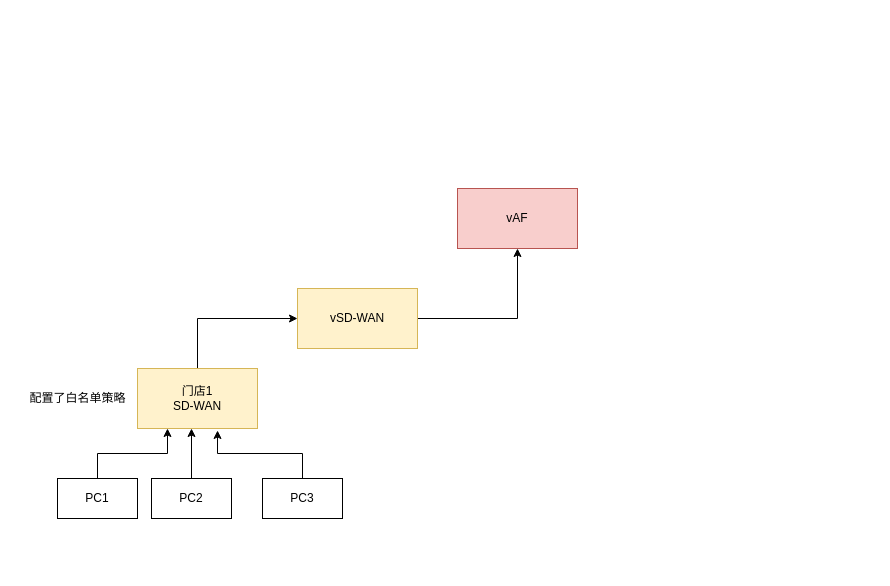
Above: 群睿SDW门店外发攻击图.drawio in wyaow/DrawIOMine (draw.io), before the change. Source tidied: cells renumbered, new cells numbered last; positions are measured from the earlier drawing's top-left corner, leaving out a move shared by most shapes. Both pictures are drawn from the tidied source at 100%, with x=0, y=0 at pixel (17, 188).
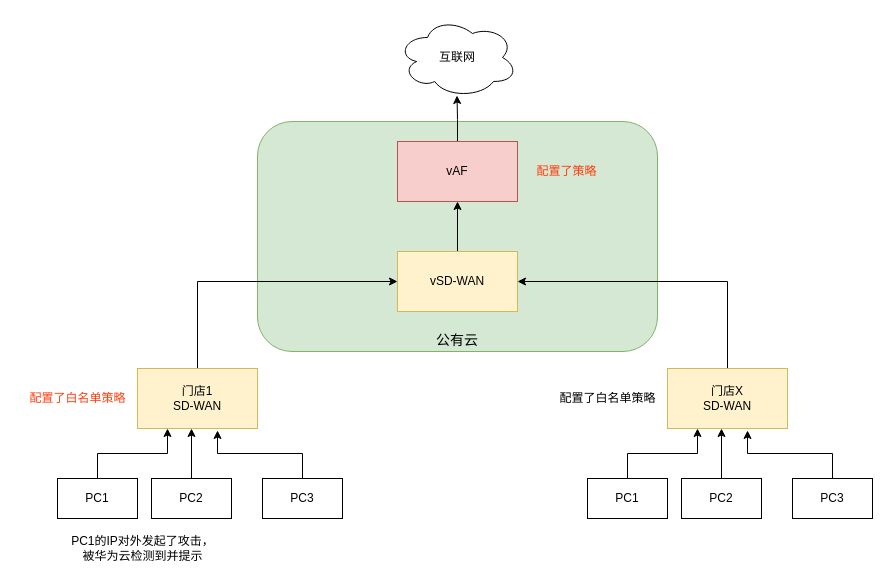
Above is the later version.

Commit message:
更新群睿SDW门店外发攻击图.drawio

The edit, as a diff of the source:
```diff
@@
+    <mxCell id="14" value="&lt;font style=&quot;font-size: 14px;&quot;&gt;公有云&lt;/font&gt;" style="rounded=1;whiteSpace=wrap;html=1;verticalAlign=bottom;fillColor=#d5e8d4;strokeColor=#82b366;" parent="1" vertex="1">
+      <mxGeometry x="240" y="-67" width="400" height="230" as="geometry" />
+    </mxCell>
@@
-    <mxCell id="10" value="配置了白名单策略" style="text;html=1;align=center;verticalAlign=middle;strokeColor=none;fillColor=none;" parent="1" vertex="1">
-      <mxGeometry y="195" width="120" height="30" as="geometry" />
-    </mxCell>
-    <mxCell id="11" style="edgeStyle=orthogonalEdgeStyle;rounded=0;jettySize=auto;html=1;exitX=1;exitY=0.5;exitDx=0;exitDy=0;entryX=0.5;entryY=1;entryDx=0;entryDy=0;" parent="1" edge="1" source="12" target="13">
+    <mxCell id="11" style="edgeStyle=orthogonalEdgeStyle;rounded=0;jettySize=auto;html=1;exitX=0.5;exitY=0;exitDx=0;exitDy=0;" parent="1" edge="1" source="12" target="13">
       <mxGeometry relative="1" as="geometry" />
     </mxCell>
     <mxCell id="12" value="vSD-WAN" style="rounded=0;whiteSpace=wrap;html=1;fillColor=#fff2cc;strokeColor=#d6b656;" parent="1" vertex="1">
-      <mxGeometry x="280" y="100" width="120" height="60" as="geometry" />
+      <mxGeometry x="380" y="63" width="120" height="60" as="geometry" />
     </mxCell>
+    <mxCell id="15" style="edgeStyle=orthogonalEdgeStyle;rounded=0;jettySize=auto;html=1;exitX=0.5;exitY=0;exitDx=0;exitDy=0;entryX=0.496;entryY=0.975;entryDx=0;entryDy=0;entryPerimeter=0;" parent="1" edge="1" source="13" target="24">
+      <mxGeometry relative="1" as="geometry" />
+    </mxCell>
     <mxCell id="13" value="vAF" style="rounded=0;whiteSpace=wrap;html=1;fillColor=#f8cecc;strokeColor=#b85450;" parent="1" vertex="1">
-      <mxGeometry x="440" width="120" height="60" as="geometry" />
+      <mxGeometry x="380" y="-47" width="120" height="60" as="geometry" />
     </mxCell>
+    <mxCell id="16" style="edgeStyle=orthogonalEdgeStyle;rounded=0;jettySize=auto;html=1;exitX=0.5;exitY=0;exitDx=0;exitDy=0;entryX=1;entryY=0.5;entryDx=0;entryDy=0;" parent="1" edge="1" source="17" target="12">
+      <mxGeometry relative="1" as="geometry" />
+    </mxCell>
+    <mxCell id="17" value="门店X&lt;br&gt;SD-WAN" style="rounded=0;whiteSpace=wrap;html=1;fillColor=#fff2cc;strokeColor=#d6b656;" parent="1" vertex="1">
+      <mxGeometry x="650" y="180" width="120" height="60" as="geometry" />
+    </mxCell>
+    <mxCell id="18" style="edgeStyle=orthogonalEdgeStyle;rounded=0;jettySize=auto;html=1;exitX=0.5;exitY=0;exitDx=0;exitDy=0;entryX=0.25;entryY=1;entryDx=0;entryDy=0;" parent="1" edge="1" source="19" target="17">
+      <mxGeometry relative="1" as="geometry" />
+    </mxCell>
+    <mxCell id="19" value="PC1" style="rounded=0;whiteSpace=wrap;html=1;" parent="1" vertex="1">
+      <mxGeometry x="570" y="290" width="80" height="40" as="geometry" />
+    </mxCell>
+    <mxCell id="20" style="edgeStyle=orthogonalEdgeStyle;rounded=0;jettySize=auto;html=1;exitX=0.5;exitY=0;exitDx=0;exitDy=0;entryX=0.45;entryY=1;entryDx=0;entryDy=0;entryPerimeter=0;" parent="1" edge="1" source="21" target="17">
+      <mxGeometry relative="1" as="geometry" />
+    </mxCell>
+    <mxCell id="21" value="PC2" style="rounded=0;whiteSpace=wrap;html=1;" parent="1" vertex="1">
+      <mxGeometry x="664" y="290" width="80" height="40" as="geometry" />
+    </mxCell>
+    <mxCell id="22" style="edgeStyle=orthogonalEdgeStyle;rounded=0;jettySize=auto;html=1;exitX=0.5;exitY=0;exitDx=0;exitDy=0;entryX=0.667;entryY=1.033;entryDx=0;entryDy=0;entryPerimeter=0;" parent="1" edge="1" source="23" target="17">
+      <mxGeometry relative="1" as="geometry" />
+    </mxCell>
+    <mxCell id="23" value="PC3" style="rounded=0;whiteSpace=wrap;html=1;" parent="1" vertex="1">
+      <mxGeometry x="775" y="290" width="80" height="40" as="geometry" />
+    </mxCell>
+    <mxCell id="10" value="配置了白名单策略" style="text;html=1;align=center;verticalAlign=middle;strokeColor=none;fillColor=none;" parent="1" vertex="1">
+      <mxGeometry x="530" y="195" width="120" height="30" as="geometry" />
+    </mxCell>
+    <mxCell id="24" value="互联网" style="ellipse;shape=cloud;whiteSpace=wrap;html=1;" parent="1" vertex="1">
+      <mxGeometry x="380" y="-171" width="120" height="80" as="geometry" />
+    </mxCell>
+    <mxCell id="25" value="配置了策略" style="text;html=1;align=center;verticalAlign=middle;strokeColor=none;fillColor=none;fontColor=#FF3D0D;" parent="1" vertex="1">
+      <mxGeometry x="509" y="-32" width="80" height="30" as="geometry" />
+    </mxCell>
+    <mxCell id="26" value="PC1的IP对外发起了攻击，&lt;br&gt;被华为云检测到并提示" style="text;html=1;align=center;verticalAlign=middle;" parent="1" vertex="1">
+      <mxGeometry x="40" y="340" width="170" height="40" as="geometry" />
+    </mxCell>
+    <mxCell id="27" value="配置了白名单策略" style="text;html=1;align=center;verticalAlign=middle;strokeColor=none;fillColor=none;fontColor=#FF3D0D;" parent="1" vertex="1">
+      <mxGeometry y="195" width="120" height="30" as="geometry" />
+    </mxCell>
```
